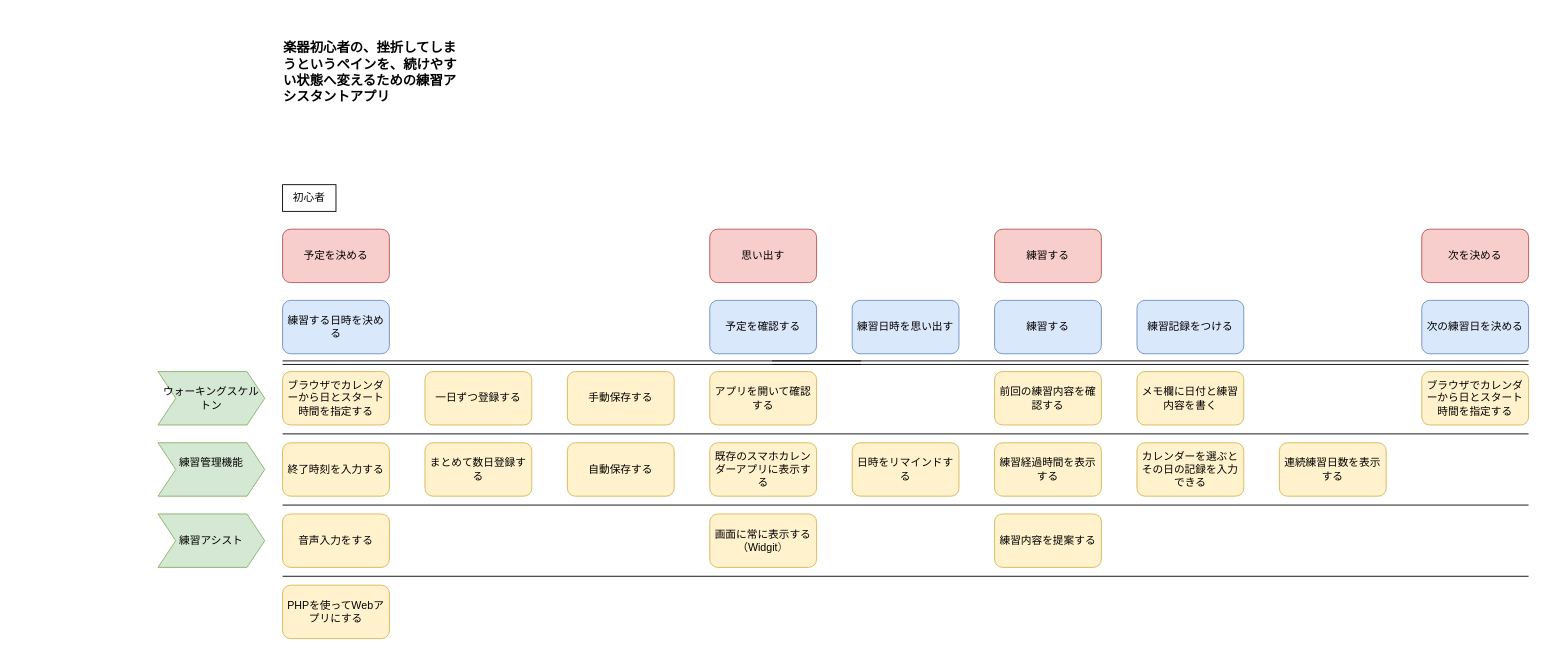
Above: docs/storymap.drawio in matutake1100/inst-PracticeMemo (draw.io), before the change. Source tidied: cells renumbered, new cells numbered last; positions are measured from the earlier drawing's top-left corner, leaving out a move shared by most shapes. Both pictures are drawn from the tidied source at 89%, with x=0, y=0 at pixel (158, 15).
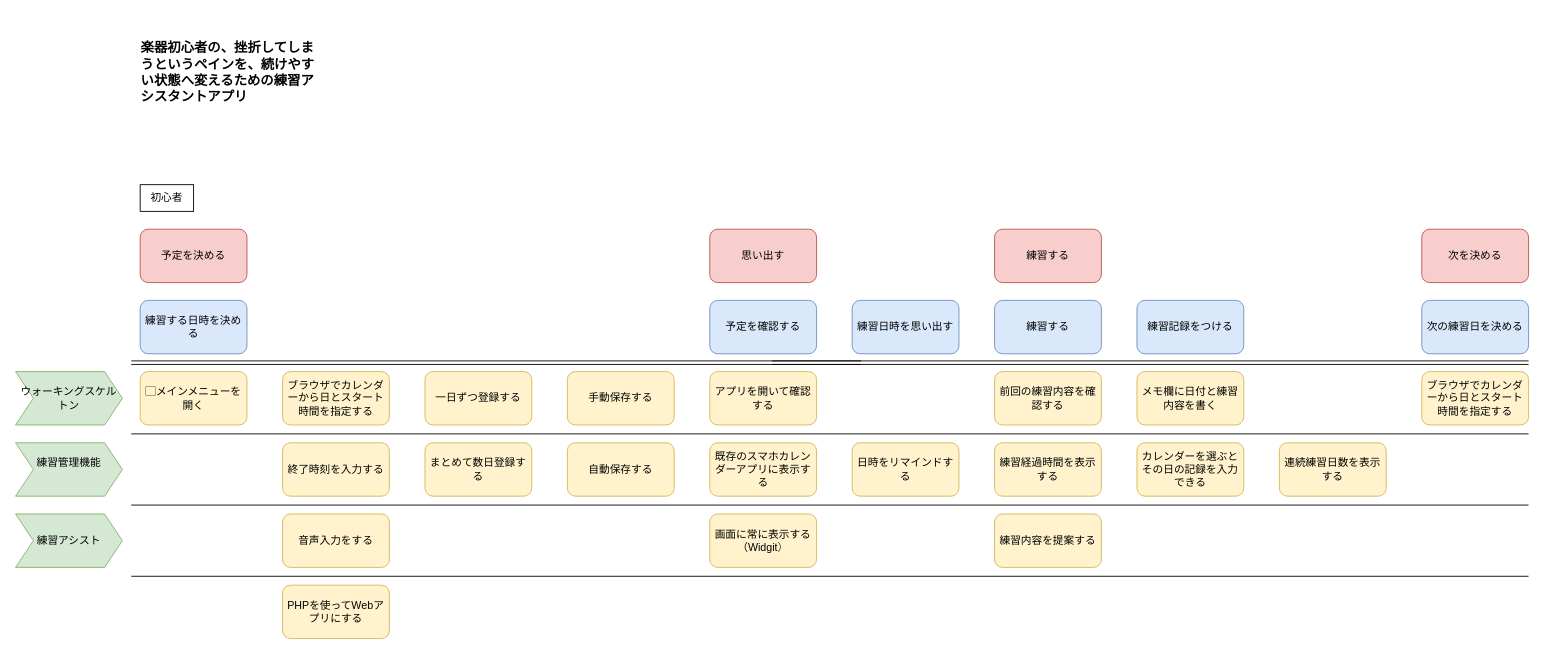
After the change.

What changed in the source:
```diff
@@
     <mxCell id="2" value="&lt;h3 tabindex=&quot;-1&quot; class=&quot;heading-element focus-visible&quot; dir=&quot;auto&quot; style=&quot;box-sizing: border-box; margin-top: 24px; margin-bottom: 16px; font-size: 1.25em; line-height: 1.25; font-family: &amp;quot;Mona Sans VF&amp;quot;, -apple-system, BlinkMacSystemFont, &amp;quot;Segoe UI&amp;quot;, &amp;quot;Noto Sans Backtick Fix&amp;quot;, &amp;quot;Noto Sans&amp;quot;, Helvetica, Arial, sans-serif, &amp;quot;Apple Color Emoji&amp;quot;, &amp;quot;Segoe UI Emoji&amp;quot;; text-align: start;&quot;&gt;&lt;span style=&quot;color: rgb(0, 0, 0);&quot;&gt;楽器初心者の、挫折してしまうというペインを、続けやすい状態へ変えるための練習アシスタントアプリ&lt;/span&gt;&lt;/h3&gt;" style="text;html=1;whiteSpace=wrap;strokeColor=none;fillColor=none;align=center;verticalAlign=middle;rounded=0;" parent="1" vertex="1">
-      <mxGeometry x="140" width="200" height="120" as="geometry" />
+      <mxGeometry x="-20" width="200" height="120" as="geometry" />
     </mxCell>
     <mxCell id="3" value="練習する日時を決める" style="rounded=1;whiteSpace=wrap;html=1;roundedPerimeter=1;fillColor=#dae8fc;strokeColor=#6c8ebf;" parent="1" vertex="1">
-      <mxGeometry x="140" y="320" width="120" height="60" as="geometry" />
+      <mxGeometry x="-20" y="320" width="120" height="60" as="geometry" />
     </mxCell>
@@
     <mxCell id="9" value="予定を決める" style="rounded=1;whiteSpace=wrap;html=1;roundedPerimeter=1;fillColor=#f8cecc;strokeColor=#b85450;" parent="1" vertex="1">
-      <mxGeometry x="140" y="240" width="120" height="60" as="geometry" />
+      <mxGeometry x="-20" y="240" width="120" height="60" as="geometry" />
     </mxCell>
@@
     <mxCell id="13" value="初心者" style="rounded=0;whiteSpace=wrap;html=1;" parent="1" vertex="1">
-      <mxGeometry x="140" y="190" width="60" height="30" as="geometry" />
+      <mxGeometry x="-20" y="190" width="60" height="30" as="geometry" />
     </mxCell>
@@
     <mxCell id="22" style="shape=link;html=1;" parent="1" edge="1">
       <mxGeometry relative="1" as="geometry">
-        <mxPoint x="140" y="390" as="sourcePoint" />
+        <mxPoint x="-30" y="390" as="sourcePoint" />
         <mxPoint x="1540" y="390" as="targetPoint" />
       </mxGeometry>
     </mxCell>
@@
     <mxCell id="24" style="endArrow=none;html=1;" parent="1" edge="1">
       <mxGeometry relative="1" as="geometry">
-        <mxPoint x="140" y="470" as="sourcePoint" />
+        <mxPoint x="-30" y="470" as="sourcePoint" />
         <mxPoint x="1540" y="470" as="targetPoint" />
       </mxGeometry>
     </mxCell>
     <mxCell id="25" style="endArrow=none;html=1;" parent="1" edge="1">
       <mxGeometry relative="1" as="geometry">
-        <mxPoint x="140" y="550" as="sourcePoint" />
+        <mxPoint x="-30" y="550" as="sourcePoint" />
         <mxPoint x="1540" y="550" as="targetPoint" />
       </mxGeometry>
     </mxCell>
     <mxCell id="26" style="endArrow=none;html=1;" parent="1" edge="1">
       <mxGeometry relative="1" as="geometry">
-        <mxPoint x="140" y="630" as="sourcePoint" />
+        <mxPoint x="-30" y="630" as="sourcePoint" />
         <mxPoint x="1540" y="630" as="targetPoint" />
       </mxGeometry>
     </mxCell>
@@
     <mxCell id="35" value="ウォーキングスケルトン" style="shape=step;perimeter=stepPerimeter;whiteSpace=wrap;html=1;shapeInside=1;fixedSize=1;fillColor=#d5e8d4;strokeColor=#82b366;" parent="1" vertex="1">
-      <mxGeometry y="400" width="120" height="60" as="geometry" />
+      <mxGeometry x="-160" y="400" width="120" height="60" as="geometry" />
     </mxCell>
     <mxCell id="36" value="練習管理機能&lt;div&gt;&lt;br/&gt;&lt;/div&gt;" style="shape=step;perimeter=stepPerimeter;whiteSpace=wrap;html=1;shapeInside=1;fixedSize=1;fillColor=#d5e8d4;strokeColor=#82b366;" parent="1" vertex="1">
-      <mxGeometry y="480" width="120" height="60" as="geometry" />
+      <mxGeometry x="-160" y="480" width="120" height="60" as="geometry" />
     </mxCell>
     <mxCell id="37" value="練習アシスト" style="shape=step;perimeter=stepPerimeter;whiteSpace=wrap;html=1;shapeInside=1;fixedSize=1;fillColor=#d5e8d4;strokeColor=#82b366;" parent="1" vertex="1">
-      <mxGeometry y="560" width="120" height="60" as="geometry" />
+      <mxGeometry x="-160" y="560" width="120" height="60" as="geometry" />
     </mxCell>
@@
+    <mxCell id="41" value="▢メインメニューを開く" style="rounded=1;whiteSpace=wrap;html=1;roundedPerimeter=1;fillColor=#fff2cc;strokeColor=#d6b656;" parent="1" vertex="1">
+      <mxGeometry x="-20" y="400" width="120" height="60" as="geometry" />
+    </mxCell>
```
